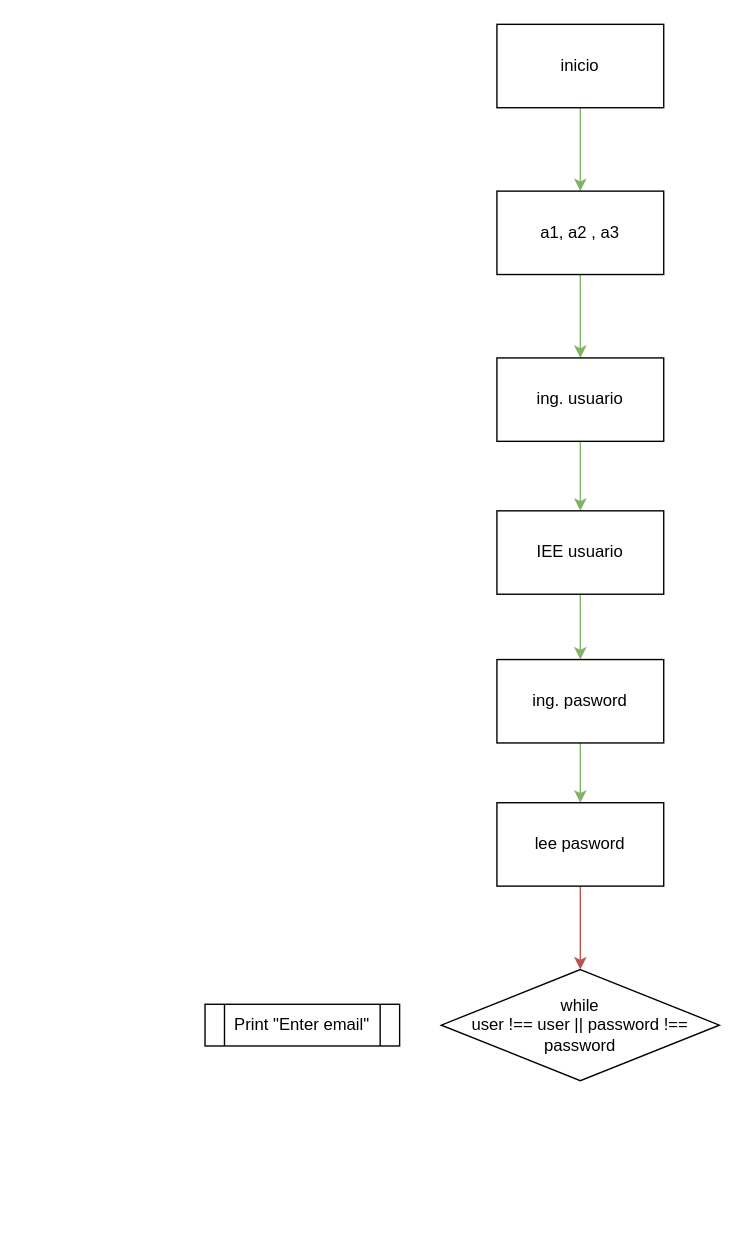
Above: Diagrama sin título.drawio in VictorJ-Ch/Cafeteria-Menu (draw.io), before the change. Source tidied: cells renumbered, new cells numbered last; positions are measured from the earlier drawing's top-left corner, leaving out a move shared by most shapes. Both pictures are drawn from the tidied source at 139%, with x=0, y=0 at pixel (204, 24).
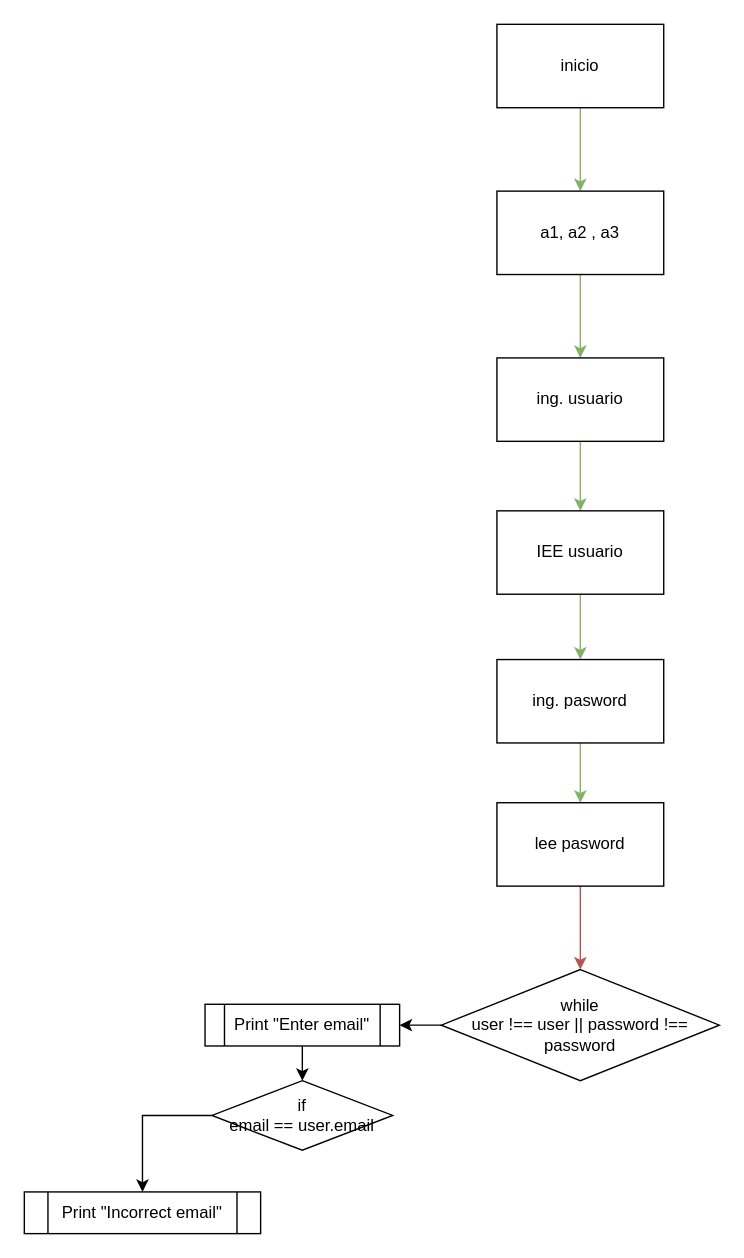
After the change.

The change refers to these unchanged cells:
```xml
<mxCell id="14" value="while&lt;br&gt;user !== user || password !== password" style="rhombus;whiteSpace=wrap;html=1;" parent="1" vertex="1">
  <mxGeometry x="170" y="680" width="200" height="80" as="geometry" />
</mxCell>
<mxCell id="15" value="Print &quot;Enter email&quot;" style="shape=process;whiteSpace=wrap;html=1;backgroundOutline=1;" parent="1" vertex="1">
  <mxGeometry y="705" width="140" height="30" as="geometry" />
</mxCell>
```

What changed in the source:
```diff
@@
+    <mxCell id="16" style="edgeStyle=orthogonalEdgeStyle;rounded=0;jettySize=auto;html=1;entryX=0.5;entryY=0;entryDx=0;entryDy=0;" parent="1" edge="1" source="15" target="18">
+      <mxGeometry relative="1" as="geometry" />
+    </mxCell>
@@
+    <mxCell id="17" style="edgeStyle=orthogonalEdgeStyle;rounded=0;jettySize=auto;html=1;entryX=0.5;entryY=0;entryDx=0;entryDy=0;exitX=0;exitY=0.5;exitDx=0;exitDy=0;" parent="1" edge="1" source="18" target="19">
+      <mxGeometry relative="1" as="geometry" />
+    </mxCell>
+    <mxCell id="18" value="if&lt;br&gt;email == user.email" style="rhombus;whiteSpace=wrap;html=1;" parent="1" vertex="1">
+      <mxGeometry x="5" y="760" width="130" height="50" as="geometry" />
+    </mxCell>
+    <mxCell id="19" value="Print &quot;Incorrect email&quot;" style="shape=process;whiteSpace=wrap;html=1;backgroundOutline=1;" parent="1" vertex="1">
+      <mxGeometry x="-130" y="840" width="170" height="30" as="geometry" />
+    </mxCell>
+    <mxCell id="20" style="edgeStyle=orthogonalEdgeStyle;rounded=0;jettySize=auto;html=1;entryX=1;entryY=0.5;entryDx=0;entryDy=0;" parent="1" edge="1" source="14" target="15">
+      <mxGeometry relative="1" as="geometry" />
+    </mxCell>
```
